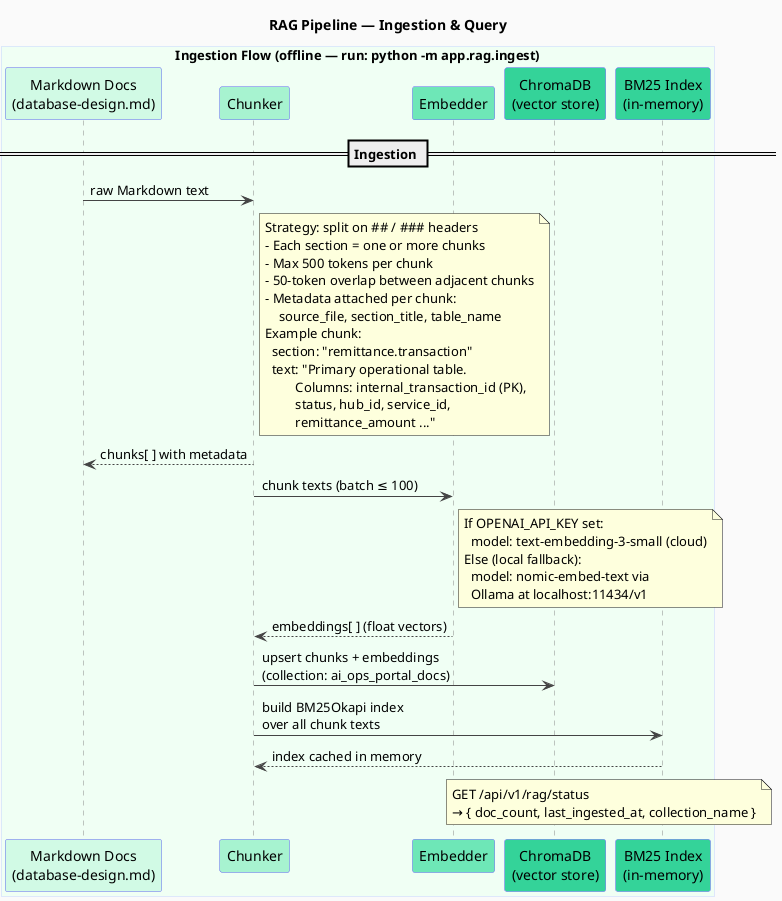
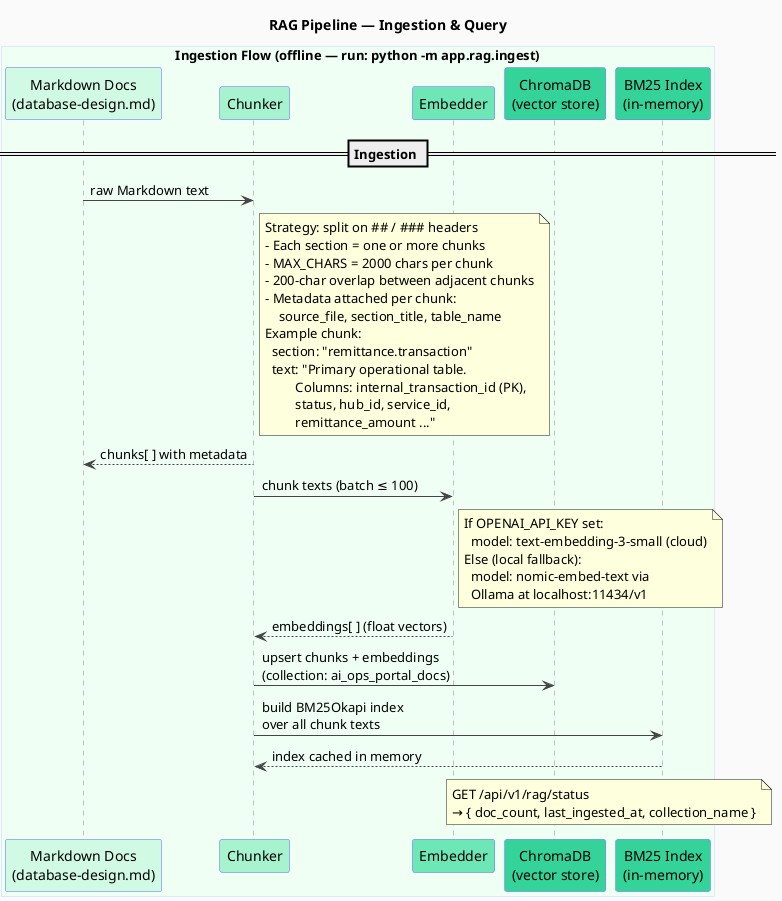
@startuml rag-pipeline
title RAG Pipeline — Ingestion & Query

skinparam backgroundColor #FAFAFA
skinparam sequence {
    ArrowColor #444
    ActorBorderColor #444
    LifeLineBorderColor #888
    ParticipantBackgroundColor #EEF2FF
    ParticipantBorderColor #6366F1
    BoxBackgroundColor #F0F4FF
    BoxBorderColor #C7D2FE
    NoteBackgroundColor #FEF9C3
    NoteBorderColor #EAB308
}

'--------------------------------------------------------------
' PART 1 — INGESTION (offline, run once or on doc change)
'--------------------------------------------------------------

box "Ingestion Flow (offline — run: python -m app.rag.ingest)" #F0FFF4
    participant "Markdown Docs\n(database-design.md)" as DOCS  #D1FAE5
    participant "Chunker"   as CHK  #A7F3D0
    participant "Embedder"  as EMB  #6EE7B7
    participant "ChromaDB\n(vector store)"  as VDB  #34D399
    participant "BM25 Index\n(in-memory)"   as BM25 #34D399
end box

== Ingestion ==

DOCS ->  CHK  : raw Markdown text
note right of CHK
  Strategy: split on ## / ### headers
  - Each section = one or more chunks
-   - Max 500 tokens per chunk
-   - 50-token overlap between adjacent chunks
+   - MAX_CHARS = 2000 chars per chunk
+   - 200-char overlap between adjacent chunks
  - Metadata attached per chunk:
      source_file, section_title, table_name
  Example chunk:
    section: "remittance.transaction"
    text: "Primary operational table.
           Columns: internal_transaction_id (PK),
           status, hub_id, service_id,
           remittance_amount ..."
end note
CHK  --> DOCS : chunks[ ] with metadata

CHK  ->  EMB  : chunk texts (batch ≤ 100)
note right of EMB
  If OPENAI_API_KEY set:
    model: text-embedding-3-small (cloud)
  Else (local fallback):
    model: nomic-embed-text via
    Ollama at localhost:11434/v1
end note
EMB  --> CHK  : embeddings[ ] (float vectors)

CHK  ->  VDB  : upsert chunks + embeddings\n(collection: ai_ops_portal_docs)
CHK  ->  BM25 : build BM25Okapi index\nover all chunk texts
BM25 --> CHK  : index cached in memory

note over VDB, BM25
  GET /api/v1/rag/status
  → { doc_count, last_ingested_at, collection_name }
end note

@enduml

@startuml rag-query
title RAG Pipeline — Query Flow

skinparam sequenceMessageAlign center
skinparam responseMessageBelowArrow true
skinparam backgroundColor #FAFAFA
skinparam sequence {
    ArrowColor #444
    ActorBorderColor #444
    LifeLineBorderColor #888
    ParticipantBackgroundColor #EEF2FF
    ParticipantBorderColor #6366F1
    BoxBackgroundColor #F0F4FF
    BoxBorderColor #C7D2FE
    NoteBackgroundColor #FEF9C3
    NoteBorderColor #EAB308
}

actor       User         as U
participant "Frontend\nKnowledgeBase page" as FE  #EEF2FF
participant "FastAPI\nai-service"          as API #EEF2FF
participant "Retriever\n(hybrid search)"  as RTV #DBEAFE
participant "ChromaDB"   as VDB  #D1FAE5
participant "BM25 Index" as BM25 #D1FAE5
participant "claude-opus-4-6" as LLM #FCE7F3
+ participant "Langfuse"   as LF  #FEF3C7

'--------------------------------------------------------------
' PART 2 — QUERY (runtime, per user request)
'--------------------------------------------------------------

== Step 1: User asks a knowledge question ==

U   ->  FE  : "What columns carry PII\nin remittance.transaction?"
FE  ->  API : POST /api/v1/rag/query\n{ "question": "..." }
+ API ->  LF  : trace.start("rag_query")\n{ input: { question }, tags: [APP_ENV] }

== Step 2: Embed the question ==

+ API ->  LF  : span.start("embed_question")
API ->  RTV : question text
RTV ->  RTV : embed question\n(same model used at ingestion time)
+ API ->  LF  : span.end("embed_question") { embedding_dim }

== Step 3: Dual retrieval — vector + BM25 ==

+ API ->  LF  : span.start("hybrid_retrieve")
RTV ->  VDB  : cosine similarity search\n(top-8 semantic matches)
VDB --> RTV  : ranked chunks [ ] with scores

RTV ->  BM25 : keyword search — BM25Okapi\n(top-8 term frequency matches)
BM25 --> RTV : ranked chunks [ ]

== Step 4: Merge with Reciprocal Rank Fusion ==

RTV ->  RTV  : RRF merge
note right of RTV
  Reciprocal Rank Fusion (k=60):

  For each chunk in both lists:
-     rrf_score += 1 / (rank + k)
+     rrf_score += 1 / (rank + 1 + k)

  Final ranking = sum of rrf_scores
  across vector list + BM25 list.

  Return top-6 unique chunks.

  Why RRF?
  - Vector search is good for semantic
    similarity ("PII", "sensitive data")
  - BM25 is good for exact terms
    ("sender_msisdn", "recipient_fullname")
  - RRF combines both without tuning
    a fusion weight hyperparameter.
end note
RTV --> API  : top-6 chunks\n[ { chunk_text, section_title, source_file, score } ]
+ API ->  LF  : span.end("hybrid_retrieve")\n{ chunk_count, best_vector_score, sections }

== Step 5: Grounding guard ==

+ API ->  LF  : span.start("grounding_guard")
alt max retrieval score < 0.4
+     API ->  LF  : span.end("grounding_guard") { grounded: false }
+     API ->  LF  : trace.end { answer: "not enough context" }
    API --> FE : { answer: "Not enough relevant\ncontext found.", sources: [] }
    FE  --> U  : "Not enough relevant context found."
    note right of API
      Guard prevents hallucination:
      if the docs don't contain the answer,
      Claude is not asked — silence is safer
      than a confident wrong answer.
    end note
end
+ API ->  LF  : span.end("grounding_guard") { grounded: true }

== Step 6: Claude answers grounded in context ==

+ API ->  LF  : span.start("claude_answer")
API ->  LLM : system prompt + numbered context blocks\n+ user question
note right of LLM
  Prompt structure:
  ---
  You are a technical assistant. Answer
  ONLY using the context below. Cite the
  context block number for each claim.

  [1] section: remittance.transaction
  text: "PII columns: sender_msisdn,
  sender_fullname, sender_dob,
  sender_email, recipient_msisdn..."

  [2] section: Data Sources
  text: "PII columns — mask in logs
  and AI prompts..."

  Question: What columns carry PII?
  ---
end note

LLM --> API : answer text (with [1], [2] citations)
+ API ->  LF  : span.end("claude_answer") { answer_length }
+ API ->  LF  : trace.end { sources_count, best_vector_score }

== Step 7: Return answer + source cards ==

API --> FE  : { answer: "The PII columns are...\n[1][2]",\n  sources: [ {chunk, section, score}, ... ] }
FE  --> U   : answer text\n+ collapsible source cards\n  (section_title + snippet per chunk)

@enduml
